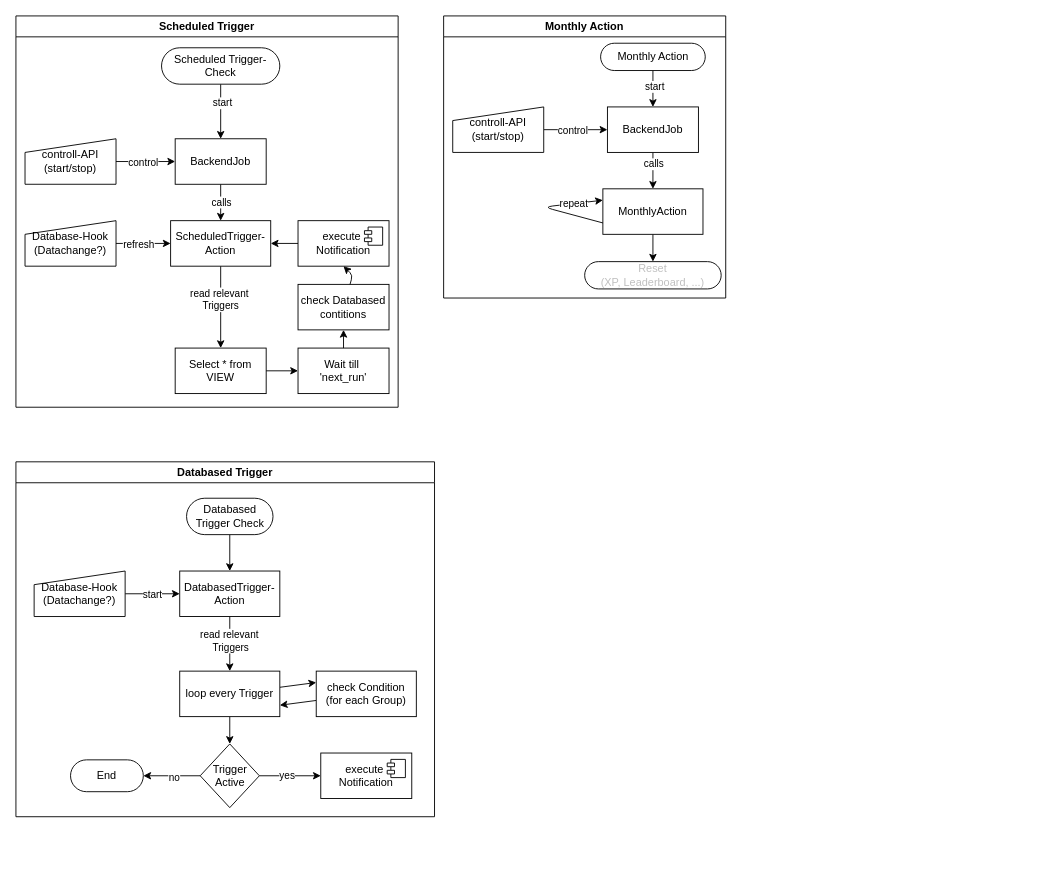
Before: Database/docs/job_flow.drawio in olHannes/WebPush-Docs, a draw.io diagram. Source tidied: cells renumbered, new cells numbered last; positions are measured from the earlier drawing's top-left corner, leaving out a move shared by most shapes. Both pictures are drawn from the tidied source at 91%, with x=0, y=0 at pixel (15, 15).
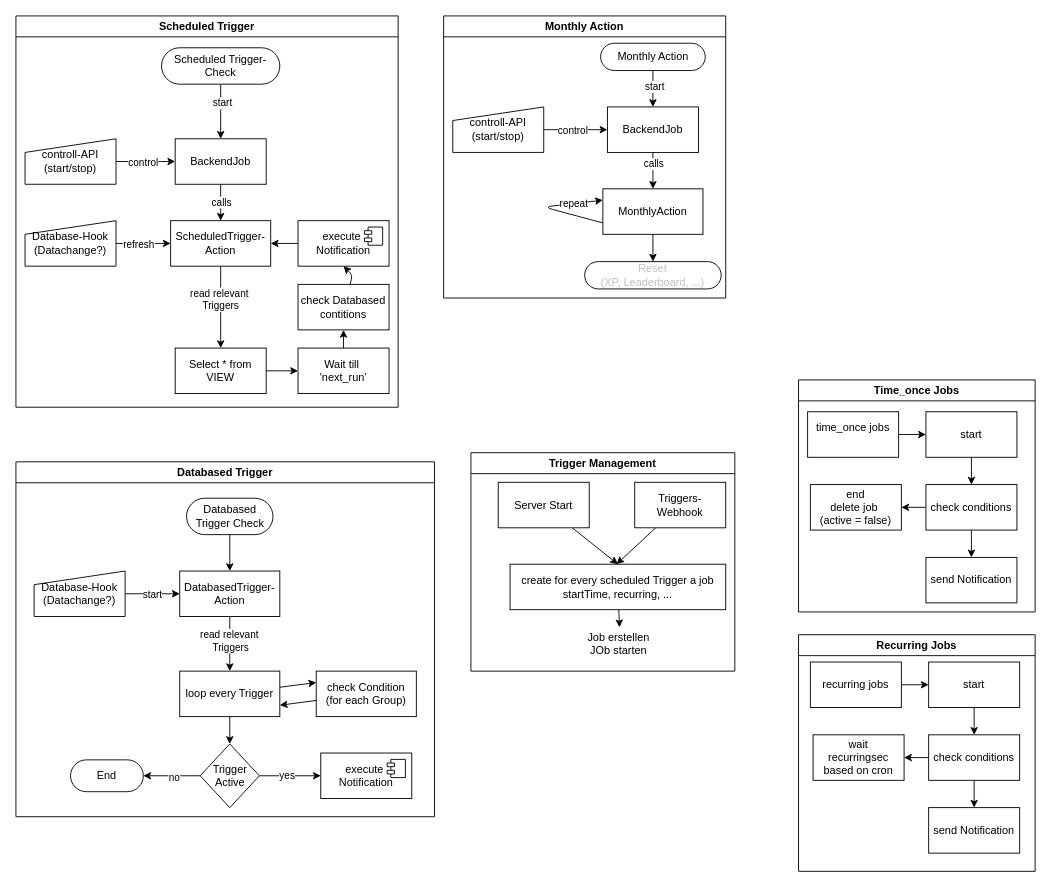
Above is the later version.

Commit message:
adjusted job-flow diagrams

What changed in the source:
```diff
@@
+    <mxCell id="64" style="edgeStyle=none;html=1;entryX=0;entryY=0.5;entryDx=0;entryDy=0;" parent="1" edge="1" source="65" target="67">
+      <mxGeometry relative="1" as="geometry" />
+    </mxCell>
+    <mxCell id="65" value="time_once jobs&lt;div&gt;&lt;br&gt;&lt;/div&gt;" style="html=1;dashed=0;whiteSpace=wrap;" parent="1" vertex="1">
+      <mxGeometry x="870" y="435" width="100" height="50" as="geometry" />
+    </mxCell>
+    <mxCell id="66" style="edgeStyle=none;html=1;entryX=0.5;entryY=0;entryDx=0;entryDy=0;" parent="1" edge="1" source="67" target="70">
+      <mxGeometry relative="1" as="geometry" />
+    </mxCell>
+    <mxCell id="67" value="start" style="html=1;dashed=0;whiteSpace=wrap;" parent="1" vertex="1">
+      <mxGeometry x="1000" y="435" width="100" height="50" as="geometry" />
+    </mxCell>
+    <mxCell id="68" style="edgeStyle=none;html=1;entryX=0.5;entryY=0;entryDx=0;entryDy=0;" parent="1" edge="1" source="70" target="71">
+      <mxGeometry relative="1" as="geometry" />
+    </mxCell>
+    <mxCell id="69" style="edgeStyle=none;html=1;entryX=1;entryY=0.5;entryDx=0;entryDy=0;" parent="1" edge="1" source="70" target="72">
+      <mxGeometry relative="1" as="geometry" />
+    </mxCell>
+    <mxCell id="70" value="check conditions" style="html=1;dashed=0;whiteSpace=wrap;" parent="1" vertex="1">
+      <mxGeometry x="1000" y="515" width="100" height="50" as="geometry" />
+    </mxCell>
+    <mxCell id="71" value="send Notification" style="html=1;dashed=0;whiteSpace=wrap;" parent="1" vertex="1">
+      <mxGeometry x="1000" y="595" width="100" height="50" as="geometry" />
+    </mxCell>
+    <mxCell id="72" value="end&lt;div&gt;delete job&amp;nbsp;&lt;/div&gt;&lt;div&gt;(active = false)&lt;/div&gt;" style="html=1;dashed=0;whiteSpace=wrap;" parent="1" vertex="1">
+      <mxGeometry x="873" y="515" width="100" height="50" as="geometry" />
+    </mxCell>
+    <mxCell id="73" style="edgeStyle=none;html=1;entryX=0;entryY=0.5;entryDx=0;entryDy=0;" parent="1" edge="1" source="74" target="76">
+      <mxGeometry relative="1" as="geometry" />
+    </mxCell>
+    <mxCell id="74" value="recurring jobs" style="html=1;dashed=0;whiteSpace=wrap;" parent="1" vertex="1">
+      <mxGeometry x="873" y="710" width="100" height="50" as="geometry" />
+    </mxCell>
+    <mxCell id="75" style="edgeStyle=none;html=1;entryX=0.5;entryY=0;entryDx=0;entryDy=0;" parent="1" edge="1" source="76" target="79">
+      <mxGeometry relative="1" as="geometry" />
+    </mxCell>
+    <mxCell id="76" value="start" style="html=1;dashed=0;whiteSpace=wrap;" parent="1" vertex="1">
+      <mxGeometry x="1003" y="710" width="100" height="50" as="geometry" />
+    </mxCell>
+    <mxCell id="77" style="edgeStyle=none;html=1;entryX=0.5;entryY=0;entryDx=0;entryDy=0;" parent="1" edge="1" source="79" target="80">
+      <mxGeometry relative="1" as="geometry" />
+    </mxCell>
+    <mxCell id="78" style="edgeStyle=none;html=1;entryX=1;entryY=0.5;entryDx=0;entryDy=0;" parent="1" edge="1" source="79" target="81">
+      <mxGeometry relative="1" as="geometry" />
+    </mxCell>
+    <mxCell id="79" value="check conditions" style="html=1;dashed=0;whiteSpace=wrap;" parent="1" vertex="1">
+      <mxGeometry x="1003" y="790" width="100" height="50" as="geometry" />
+    </mxCell>
+    <mxCell id="80" value="send Notification" style="html=1;dashed=0;whiteSpace=wrap;" parent="1" vertex="1">
+      <mxGeometry x="1003" y="870" width="100" height="50" as="geometry" />
+    </mxCell>
+    <mxCell id="81" value="wait&lt;div&gt;recurringsec&lt;/div&gt;&lt;div&gt;based on cron&lt;/div&gt;" style="html=1;dashed=0;whiteSpace=wrap;" parent="1" vertex="1">
+      <mxGeometry x="876" y="790" width="100" height="50" as="geometry" />
+    </mxCell>
+    <mxCell id="82" value="Recurring Jobs" style="swimlane;whiteSpace=wrap;html=1;" parent="1" vertex="1">
+      <mxGeometry x="860" y="680" width="260" height="260" as="geometry" />
+    </mxCell>
+    <mxCell id="83" value="Time_once Jobs" style="swimlane;whiteSpace=wrap;html=1;" parent="1" vertex="1">
+      <mxGeometry x="860" y="400" width="260" height="255" as="geometry" />
+    </mxCell>
+    <mxCell id="84" value="Trigger Management" style="swimlane;whiteSpace=wrap;html=1;" parent="1" vertex="1">
+      <mxGeometry x="500" y="480" width="290" height="240" as="geometry" />
+    </mxCell>
+    <mxCell id="85" style="edgeStyle=none;html=1;entryX=0.5;entryY=0;entryDx=0;entryDy=0;" parent="84" edge="1" source="86" target="89">
+      <mxGeometry relative="1" as="geometry" />
+    </mxCell>
+    <mxCell id="86" value="Server Start" style="html=1;dashed=0;whiteSpace=wrap;" parent="84" vertex="1">
+      <mxGeometry x="30" y="32.5" width="100" height="50" as="geometry" />
+    </mxCell>
+    <mxCell id="87" style="edgeStyle=none;html=1;" parent="84" edge="1" source="88">
+      <mxGeometry relative="1" as="geometry">
+        <mxPoint x="160" y="122.5" as="targetPoint" />
+      </mxGeometry>
+    </mxCell>
+    <mxCell id="88" value="Triggers-Webhook" style="html=1;dashed=0;whiteSpace=wrap;" parent="84" vertex="1">
+      <mxGeometry x="180" y="32.5" width="100" height="50" as="geometry" />
+    </mxCell>
+    <mxCell id="89" value="create for every scheduled Trigger a job&lt;div&gt;startTime, recurring, ...&lt;/div&gt;" style="html=1;dashed=0;whiteSpace=wrap;" parent="84" vertex="1">
+      <mxGeometry x="43" y="122.5" width="237" height="50" as="geometry" />
+    </mxCell>
+    <mxCell id="90" value="Job erstellen&lt;div&gt;JOb starten&lt;/div&gt;" style="text;html=1;align=center;verticalAlign=middle;points=[];strokeColor=none;fillColor=none;" parent="84" vertex="1">
+      <mxGeometry x="116.5" y="190" width="90" height="40" as="geometry" />
+    </mxCell>
+    <mxCell id="91" style="edgeStyle=none;html=1;entryX=0.52;entryY=0.046;entryDx=0;entryDy=0;entryPerimeter=0;" parent="84" edge="1" source="89" target="90">
+      <mxGeometry relative="1" as="geometry" />
+    </mxCell>
```
